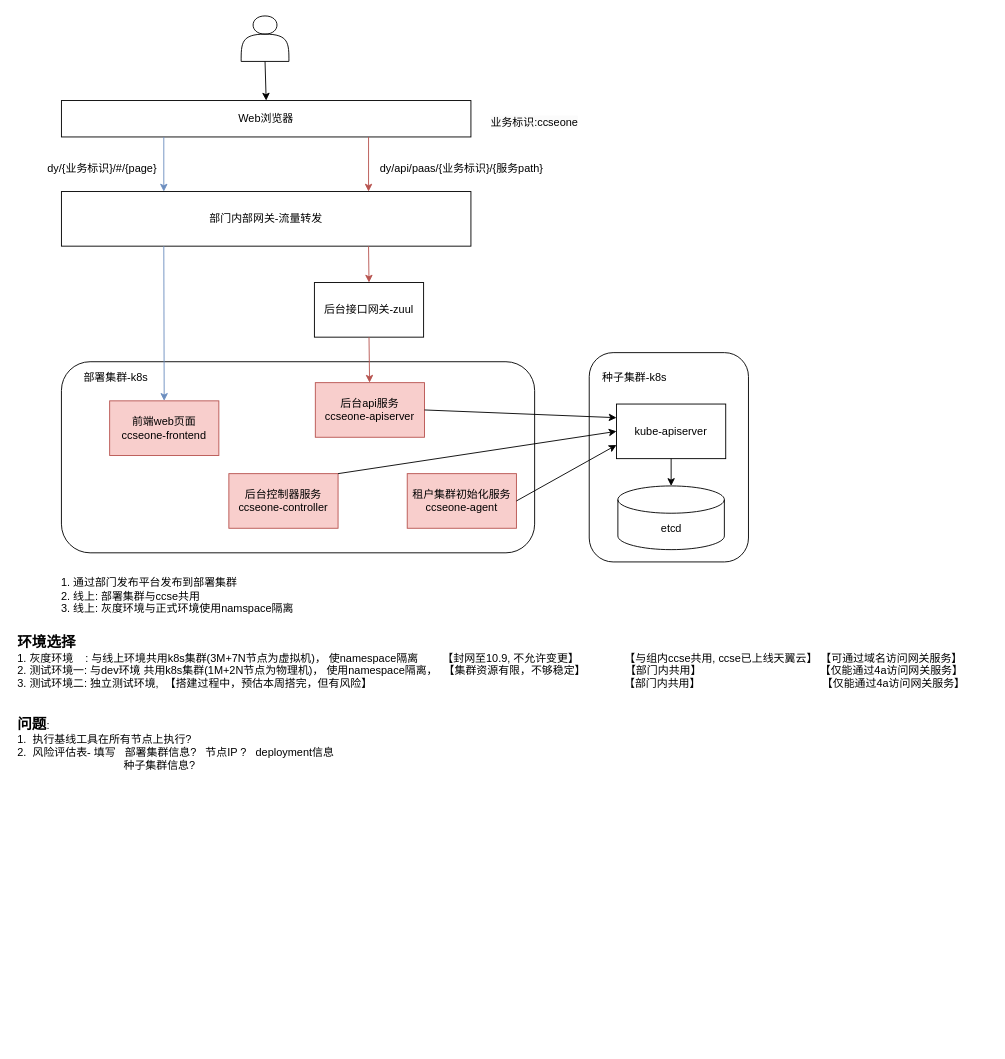
This is page "网关接入" (2 of 3) of drawio/安全审查.drawio from Tiny-VS-Lina/ccse, a draw.io file, before an edit. Source tidied: cells renumbered, new cells numbered last; positions are measured from the earlier drawing's top-left corner, leaving out a move shared by most shapes. Both pictures are drawn from the tidied source at 91%, with x=0, y=0 at pixel (15, 15).
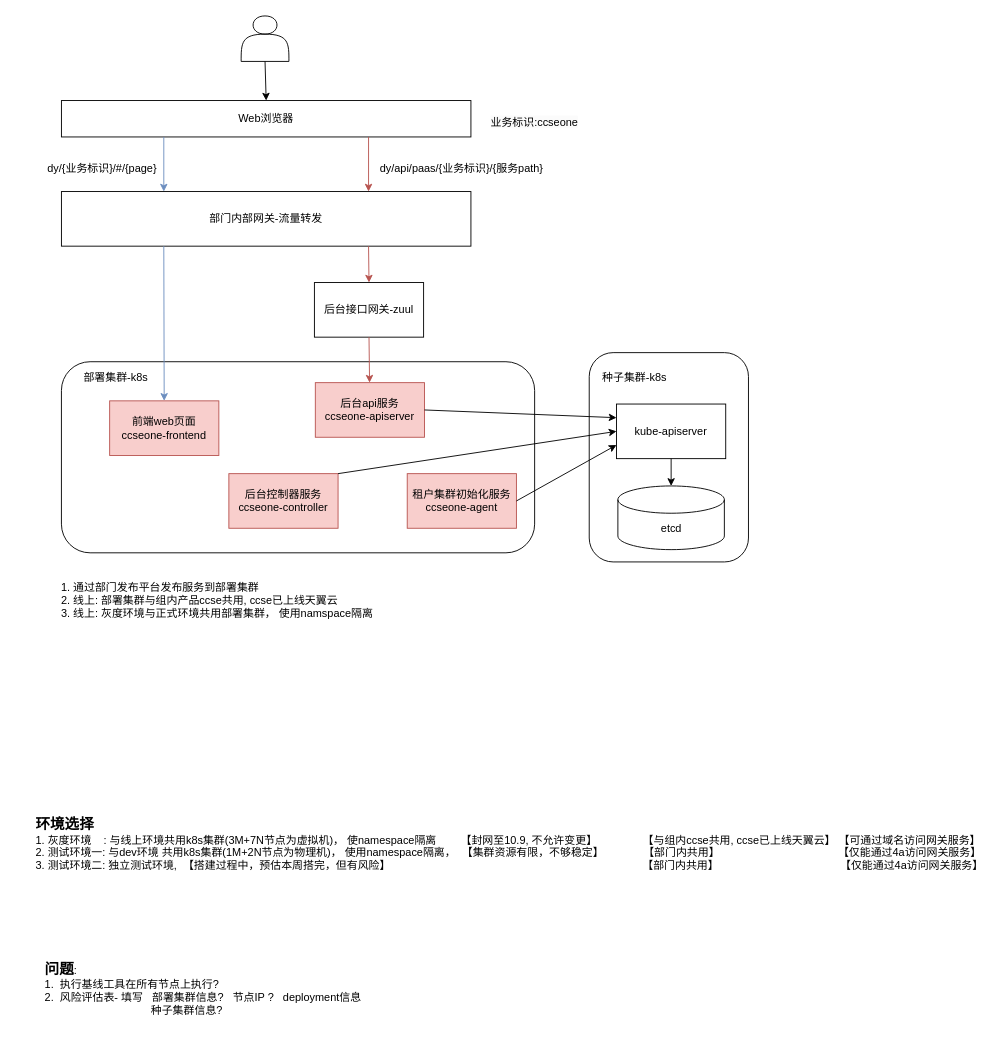
Above is the later version.

Commit message:
更新安全审查.drawio

Diff of the diagram source:
```diff
@@
-    <mxCell id="29" value="&lt;br&gt;1.&amp;nbsp;通过部门发布平台发布到部署集群&lt;br&gt;2.&amp;nbsp;线上: 部署集群与ccse共用&lt;br style=&quot;border-color: var(--border-color);&quot;&gt;3.&amp;nbsp;线上: 灰度环境与正式环境使用namspace隔离&lt;br&gt;" style="text;html=1;strokeColor=none;fillColor=none;align=left;verticalAlign=middle;whiteSpace=wrap;rounded=0;" parent="1" vertex="1">
-      <mxGeometry x="48" y="600" width="280" height="60" as="geometry" />
+    <mxCell id="29" value="&lt;br&gt;1.&amp;nbsp;通过部门发布平台发布服务到部署集群&lt;br&gt;2.&amp;nbsp;线上: 部署集群与组内产品ccse共用, ccse已上线天翼云&lt;br style=&quot;border-color: var(--border-color);&quot;&gt;3.&amp;nbsp;线上: 灰度环境与正式环境共用部署集群， 使用namspace隔离" style="text;html=1;strokeColor=none;fillColor=none;align=left;verticalAlign=middle;whiteSpace=wrap;rounded=0;" parent="1" vertex="1">
+      <mxGeometry x="48" y="600" width="372" height="70" as="geometry" />
     </mxCell>
     <mxCell id="30" value="&lt;b&gt;&lt;font style=&quot;font-size: 16px;&quot;&gt;环境选择&lt;/font&gt;&lt;/b&gt;&lt;br&gt;1.&amp;nbsp;灰度环境&amp;nbsp; &amp;nbsp; :&amp;nbsp;与线上环境共用k8s集群(3M+7N节点为虚拟机)，&amp;nbsp;使namespace隔离&amp;nbsp; &amp;nbsp; &amp;nbsp; &amp;nbsp; 【封网至10.9, 不允许变更】&amp;nbsp; &amp;nbsp; &amp;nbsp; &amp;nbsp; &amp;nbsp; &amp;nbsp; &amp;nbsp; &amp;nbsp;【与组内ccse共用, ccse已上线天翼云】 【可通过域名访问网关服务】&lt;br&gt;2.&amp;nbsp;测试环境一:&amp;nbsp;与dev环境 共用k8s集群(1M+2N节点为物理机)，&amp;nbsp;使用namespace隔离，&amp;nbsp; 【集群资源有限，不够稳定】&amp;nbsp; &amp;nbsp; &amp;nbsp; &amp;nbsp; &amp;nbsp; &amp;nbsp; &amp;nbsp;【部门内共用】&amp;nbsp; &amp;nbsp; &amp;nbsp; &amp;nbsp; &amp;nbsp; &amp;nbsp; &amp;nbsp; &amp;nbsp; &amp;nbsp; &amp;nbsp; &amp;nbsp; &amp;nbsp; &amp;nbsp; &amp;nbsp; &amp;nbsp; &amp;nbsp; &amp;nbsp; &amp;nbsp; &amp;nbsp; &amp;nbsp;【仅能通过4a访问网关服务】&lt;br&gt;3.&amp;nbsp;测试环境二:&amp;nbsp;独立测试环境,&amp;nbsp; 【搭建过程中，预估本周搭完，但有风险】&amp;nbsp; &amp;nbsp; &amp;nbsp; &amp;nbsp; &amp;nbsp; &amp;nbsp; &amp;nbsp; &amp;nbsp; &amp;nbsp; &amp;nbsp; &amp;nbsp; &amp;nbsp; &amp;nbsp; &amp;nbsp; &amp;nbsp; &amp;nbsp; &amp;nbsp; &amp;nbsp; &amp;nbsp; &amp;nbsp; &amp;nbsp; &amp;nbsp; &amp;nbsp; &amp;nbsp; &amp;nbsp; &amp;nbsp; &amp;nbsp; &amp;nbsp; &amp;nbsp; &amp;nbsp; &amp;nbsp; &amp;nbsp; &amp;nbsp; &amp;nbsp; &amp;nbsp; &amp;nbsp; &amp;nbsp; &amp;nbsp; &amp;nbsp; &amp;nbsp; &amp;nbsp; &amp;nbsp;【部门内共用】&amp;nbsp; &amp;nbsp; &amp;nbsp; &amp;nbsp; &amp;nbsp; &amp;nbsp; &amp;nbsp; &amp;nbsp; &amp;nbsp; &amp;nbsp; &amp;nbsp; &amp;nbsp; &amp;nbsp; &amp;nbsp; &amp;nbsp; &amp;nbsp; &amp;nbsp; &amp;nbsp; &amp;nbsp; &amp;nbsp; 【仅能通过4a访问网关服务】" style="text;html=1;strokeColor=none;fillColor=none;align=left;verticalAlign=middle;whiteSpace=wrap;rounded=0;" parent="1" vertex="1">
-      <mxGeometry y="640" width="1050" height="140" as="geometry" />
+      <mxGeometry x="20" y="840" width="1050" height="140" as="geometry" />
     </mxCell>
     <mxCell id="31" value="&lt;b&gt;&lt;font style=&quot;font-size: 16px;&quot;&gt;问题&lt;/font&gt;&lt;/b&gt;:&lt;br&gt;1.&amp;nbsp; 执行基线工具在所有节点上执行?&lt;br&gt;2.&amp;nbsp; 风险评估表-&amp;nbsp;填写&amp;nbsp; &amp;nbsp;部署集群信息?&amp;nbsp; &amp;nbsp;节点IP ?&amp;nbsp; &amp;nbsp;deployment信息&lt;br&gt;&amp;nbsp; &amp;nbsp; &amp;nbsp; &amp;nbsp; &amp;nbsp; &amp;nbsp; &amp;nbsp; &amp;nbsp; &amp;nbsp; &amp;nbsp; &amp;nbsp; &amp;nbsp; &amp;nbsp; &amp;nbsp; &amp;nbsp; &amp;nbsp; &amp;nbsp; &amp;nbsp;种子集群信息?" style="text;html=1;strokeColor=none;fillColor=none;align=left;verticalAlign=middle;whiteSpace=wrap;rounded=0;" parent="1" vertex="1">
-      <mxGeometry y="740" width="480" height="120" as="geometry" />
+      <mxGeometry x="30" y="1009" width="480" height="120" as="geometry" />
     </mxCell>
```
